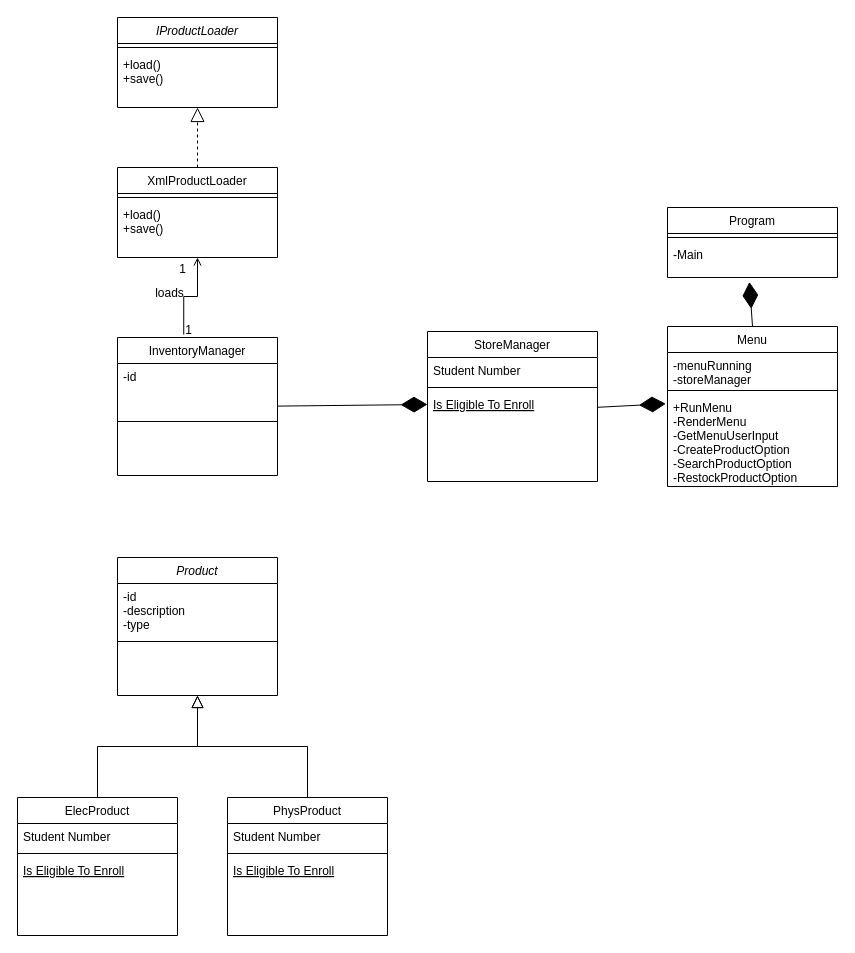
jose-robles2/Store-App-2 keeps this draw.io diagram as Solution/Design_Documents/classes.drawio. Above is the earlier version. Source tidied: cells renumbered, new cells numbered last; positions are measured from the earlier drawing's top-left corner, leaving out a move shared by most shapes. Both pictures are drawn from the tidied source at 100%, with x=0, y=0 at pixel (17, 17).
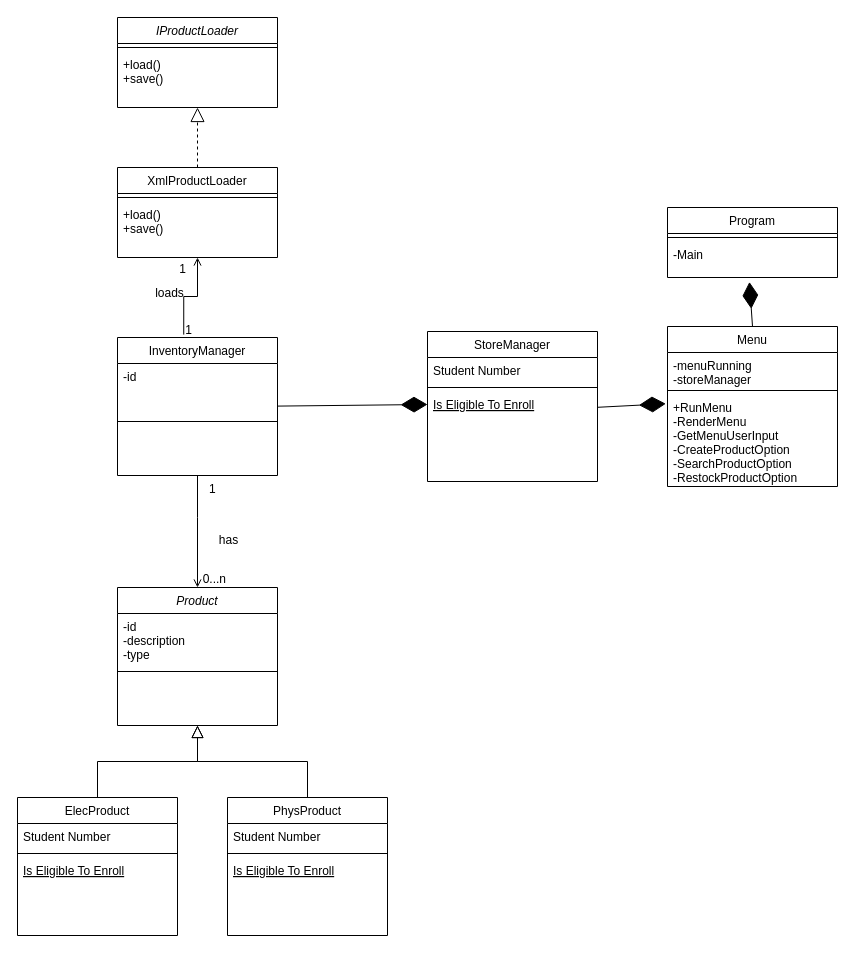
The same diagram, later.

Unchanged cells that the change refers to:
```xml
<mxCell id="15" value="InventoryManager" style="swimlane;fontStyle=0;align=center;verticalAlign=top;horizontal=1;startSize=26;rounded=0;shadow=0;strokeWidth=1;" parent="1" vertex="1">
  <mxGeometry x="100" y="320" width="160" height="138" as="geometry" />
</mxCell>
```

Change to the diagram source:
```diff
@@
     <mxCell id="2" value="Product" style="swimlane;fontStyle=2;align=center;verticalAlign=top;horizontal=1;startSize=26;rounded=0;shadow=0;strokeWidth=1;" parent="1" vertex="1">
-      <mxGeometry x="100" y="540" width="160" height="138" as="geometry" />
+      <mxGeometry x="100" y="570" width="160" height="138" as="geometry" />
     </mxCell>
@@
+    <mxCell id="43" style="endArrow=open;shadow=0;strokeWidth=1;rounded=0;endFill=1;edgeStyle=elbowEdgeStyle;elbow=vertical;exitX=0.5;exitY=1;exitDx=0;exitDy=0;entryX=0.5;entryY=0;entryDx=0;entryDy=0;" parent="1" edge="1" source="15" target="2">
+      <mxGeometry x="0.5" y="41" relative="1" as="geometry">
+        <Array as="points">
+          <mxPoint x="200" y="500" />
+        </Array>
+        <mxPoint x="-40" y="32" as="offset" />
+      </mxGeometry>
+    </mxCell>
+    <mxCell id="44" value="1" style="align=left;verticalAlign=bottom;labelBackgroundColor=none;fontSize=12;" parent="43" vertex="1">
+      <mxGeometry x="-1" relative="1" as="geometry">
+        <mxPoint x="10" y="22" as="offset" />
+      </mxGeometry>
+    </mxCell>
+    <mxCell id="45" value="0...n" style="align=right;verticalAlign=bottom;labelBackgroundColor=none;fontSize=12;" parent="43" vertex="1">
+      <mxGeometry x="1" relative="1" as="geometry">
+        <mxPoint x="30" as="offset" />
+      </mxGeometry>
+    </mxCell>
+    <mxCell id="46" value="has" style="text;html=1;align=center;verticalAlign=middle;labelBackgroundColor=none;rounded=0;shadow=0;strokeWidth=1;fontSize=12;" parent="43" vertex="1">
+      <mxGeometry x="0.5" y="49" relative="1" as="geometry">
+        <mxPoint x="-19" y="-20" as="offset" />
+      </mxGeometry>
+    </mxCell>
```
